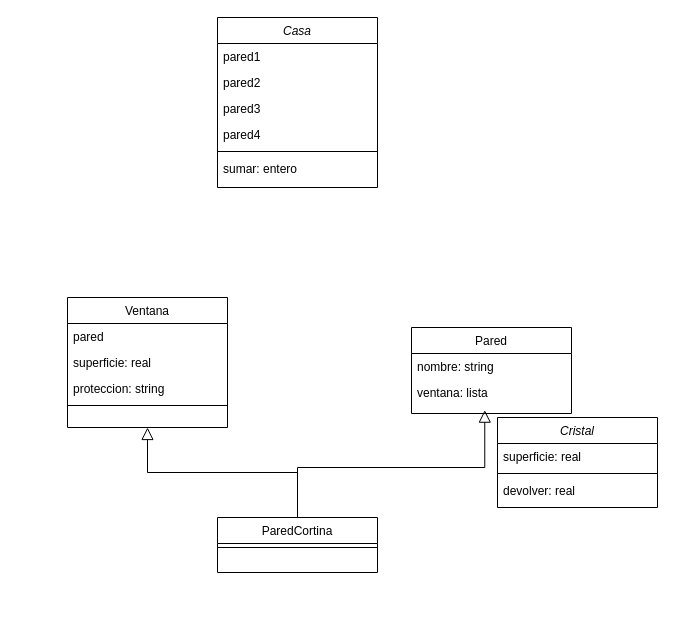
Before: alternativa-herencia-multiple.py/alternativa.drawio in andmansim/Ejercicios-Agregaci-n-y-Composici-n-de-POO, a draw.io diagram. Source tidied: cells renumbered, new cells numbered last; positions are measured from the earlier drawing's top-left corner, leaving out a move shared by most shapes. Both pictures are drawn from the tidied source at 100%, with x=0, y=0 at pixel (67, 17).
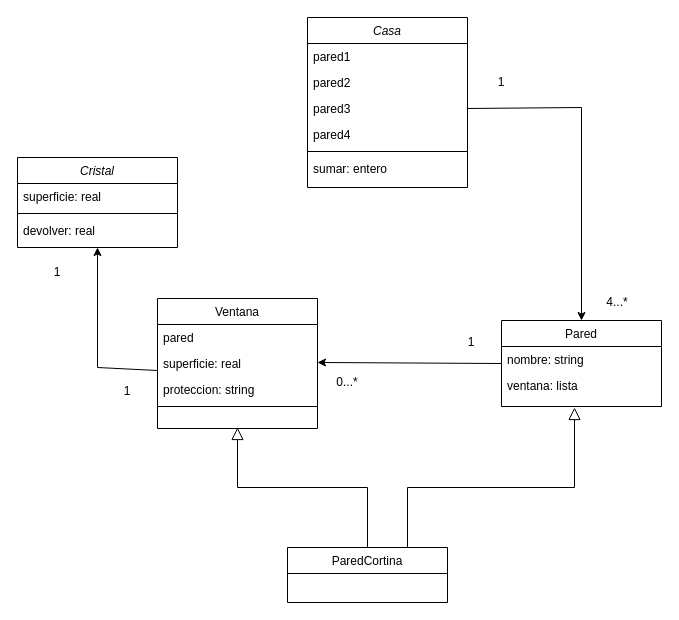
After the change.

The change refers to these unchanged cells:
```xml
<mxCell id="5" value="pared3" style="text;align=left;verticalAlign=top;spacingLeft=4;spacingRight=4;overflow=hidden;points=[[0,0.5],[1,0.5]];portConstraint=eastwest;" parent="2" vertex="1">
  <mxGeometry y="78" width="160" height="26" as="geometry" />
</mxCell>
<mxCell id="17" value="ventana: lista" style="text;align=left;verticalAlign=top;spacingLeft=4;spacingRight=4;overflow=hidden;points=[[0,0.5],[1,0.5]];portConstraint=eastwest;" parent="15" vertex="1">
  <mxGeometry y="52" width="160" height="26" as="geometry" />
</mxCell>
```

What changed in the source:
```diff
@@
     <mxCell id="2" value="Casa" style="swimlane;fontStyle=2;align=center;verticalAlign=top;horizontal=1;startSize=26;rounded=0;shadow=0;strokeWidth=1;" parent="1" vertex="1">
-      <mxGeometry x="150" width="160" height="170" as="geometry" />
+      <mxGeometry x="240" width="160" height="170" as="geometry" />
     </mxCell>
@@
     <mxCell id="9" value="Ventana" style="swimlane;fontStyle=0;align=center;verticalAlign=top;horizontal=1;startSize=26;rounded=0;shadow=0;strokeWidth=1;" parent="1" vertex="1">
-      <mxGeometry y="280" width="160" height="130" as="geometry" />
+      <mxGeometry x="90" y="281" width="160" height="130" as="geometry" />
     </mxCell>
@@
-    <mxCell id="14" style="endArrow=block;endSize=10;endFill=0;shadow=0;strokeWidth=1;rounded=0;edgeStyle=elbowEdgeStyle;elbow=vertical;exitX=0.5;exitY=0;exitDx=0;exitDy=0;entryX=0.5;entryY=1;entryDx=0;entryDy=0;" parent="1" edge="1" source="19" target="9">
-      <mxGeometry relative="1" as="geometry" />
+    <mxCell id="14" style="endArrow=block;endSize=10;endFill=0;shadow=0;strokeWidth=1;rounded=0;edgeStyle=elbowEdgeStyle;elbow=vertical;exitX=0.5;exitY=0;exitDx=0;exitDy=0;entryX=0.5;entryY=1;entryDx=0;entryDy=0;" parent="1" edge="1" source="19">
+      <mxGeometry relative="1" as="geometry">
+        <mxPoint x="170" y="410" as="targetPoint" />
+      </mxGeometry>
     </mxCell>
     <mxCell id="15" value="Pared" style="swimlane;fontStyle=0;align=center;verticalAlign=top;horizontal=1;startSize=26;rounded=0;shadow=0;strokeWidth=1;" parent="1" vertex="1">
-      <mxGeometry x="344" y="310" width="160" height="86" as="geometry" />
+      <mxGeometry x="434" y="303" width="160" height="86" as="geometry" />
     </mxCell>
@@
-    <mxCell id="18" style="endArrow=block;endSize=10;endFill=0;shadow=0;strokeWidth=1;rounded=0;edgeStyle=elbowEdgeStyle;elbow=vertical;exitX=0.5;exitY=0;exitDx=0;exitDy=0;entryX=0.458;entryY=1.179;entryDx=0;entryDy=0;entryPerimeter=0;sourcePerimeterSpacing=0;" parent="1" edge="1" target="17">
+    <mxCell id="18" style="endArrow=block;endSize=10;endFill=0;shadow=0;strokeWidth=1;rounded=0;edgeStyle=elbowEdgeStyle;elbow=vertical;exitX=0.75;exitY=0;exitDx=0;exitDy=0;sourcePerimeterSpacing=0;" parent="1" edge="1" source="19">
       <mxGeometry relative="1" as="geometry">
-        <mxPoint x="230" y="505" as="sourcePoint" />
+        <mxPoint x="507" y="390" as="targetPoint" />
         <Array as="points">
-          <mxPoint x="350" y="450" />
-          <mxPoint x="340" y="470" />
+          <mxPoint x="380" y="470" />
+          <mxPoint x="440" y="450" />
+          <mxPoint x="430" y="470" />
         </Array>
       </mxGeometry>
     </mxCell>
     <mxCell id="19" value="ParedCortina" style="swimlane;fontStyle=0;align=center;verticalAlign=top;horizontal=1;startSize=26;rounded=0;shadow=0;strokeWidth=1;" parent="1" vertex="1">
-      <mxGeometry x="150" y="500" width="160" height="55" as="geometry" />
+      <mxGeometry x="220" y="530" width="160" height="55" as="geometry" />
     </mxCell>
-    <mxCell id="20" style="line;html=1;strokeWidth=1;align=left;verticalAlign=middle;spacingTop=-1;spacingLeft=3;spacingRight=3;labelPosition=right;" parent="19" vertex="1">
-      <mxGeometry y="26" width="160" height="8" as="geometry" />
-    </mxCell>
     <mxCell id="21" value="Cristal" style="swimlane;fontStyle=2;align=center;verticalAlign=top;horizontal=1;startSize=26;rounded=0;shadow=0;strokeWidth=1;" parent="1" vertex="1">
-      <mxGeometry x="430" y="400" width="160" height="90" as="geometry" />
+      <mxGeometry x="-50" y="140" width="160" height="90" as="geometry" />
     </mxCell>
@@
+    <mxCell id="25" style="endArrow=classic;html=1;rounded=0;exitX=1;exitY=0.5;exitDx=0;exitDy=0;entryX=0.5;entryY=0;entryDx=0;entryDy=0;startArrow=none;" parent="1" edge="1" source="5" target="15">
+      <mxGeometry relative="1" as="geometry">
+        <Array as="points">
+          <mxPoint x="514" y="90" />
+        </Array>
+      </mxGeometry>
+    </mxCell>
+    <mxCell id="26" value="1" style="text;html=1;strokeColor=none;fillColor=none;align=center;verticalAlign=middle;whiteSpace=wrap;rounded=0;" parent="1" vertex="1">
+      <mxGeometry x="404" y="50" width="60" height="30" as="geometry" />
+    </mxCell>
+    <mxCell id="27" value="4...*" style="text;html=1;strokeColor=none;fillColor=none;align=center;verticalAlign=middle;whiteSpace=wrap;rounded=0;" parent="1" vertex="1">
+      <mxGeometry x="520" y="270" width="60" height="30" as="geometry" />
+    </mxCell>
+    <mxCell id="28" style="endArrow=classic;html=1;rounded=0;sourcePerimeterSpacing=0;entryX=1;entryY=0.5;entryDx=0;entryDy=0;exitX=0;exitY=0.5;exitDx=0;exitDy=0;" parent="1" edge="1" source="15">
+      <mxGeometry relative="1" as="geometry">
+        <mxPoint x="250" y="345" as="targetPoint" />
+      </mxGeometry>
+    </mxCell>
+    <mxCell id="29" value="1" style="text;html=1;strokeColor=none;fillColor=none;align=center;verticalAlign=middle;whiteSpace=wrap;rounded=0;" parent="1" vertex="1">
+      <mxGeometry x="374" y="310" width="60" height="30" as="geometry" />
+    </mxCell>
+    <mxCell id="30" value="0...*" style="text;html=1;strokeColor=none;fillColor=none;align=center;verticalAlign=middle;whiteSpace=wrap;rounded=0;" parent="1" vertex="1">
+      <mxGeometry x="250" y="350" width="60" height="30" as="geometry" />
+    </mxCell>
+    <mxCell id="31" style="endArrow=classic;html=1;rounded=0;sourcePerimeterSpacing=0;exitX=0;exitY=0.5;exitDx=0;exitDy=0;" parent="1" edge="1">
+      <mxGeometry relative="1" as="geometry">
+        <mxPoint x="90" y="353" as="sourcePoint" />
+        <mxPoint x="30" y="230" as="targetPoint" />
+        <Array as="points">
+          <mxPoint x="30" y="350" />
+        </Array>
+      </mxGeometry>
+    </mxCell>
+    <mxCell id="32" value="1" style="text;html=1;strokeColor=none;fillColor=none;align=center;verticalAlign=middle;whiteSpace=wrap;rounded=0;" parent="1" vertex="1">
+      <mxGeometry x="30" y="359" width="60" height="30" as="geometry" />
+    </mxCell>
+    <mxCell id="33" value="1" style="text;html=1;strokeColor=none;fillColor=none;align=center;verticalAlign=middle;whiteSpace=wrap;rounded=0;" parent="1" vertex="1">
+      <mxGeometry x="-40" y="240" width="60" height="30" as="geometry" />
+    </mxCell>
```
